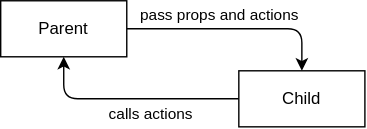
This is docs/figures/example-15-1-props-actions.drawio.svg from GuilleX7/app-federation, a draw.io export, as it was before one commit. Source tidied: cells renumbered, new cells last; positions are measured from the earlier drawing's top-left corner, leaving out a move shared by most shapes. Its diagram source:
```xml
<mxGraphModel>
  <root>
    <mxCell id="0" />
    <mxCell id="1" parent="0" />
    <mxCell id="2" style="edgeStyle=orthogonalEdgeStyle;html=1;exitX=1;exitY=0.5;exitDx=0;exitDy=0;entryX=0.5;entryY=0;entryDx=0;entryDy=0;" parent="1" edge="1" source="4" target="7">
      <mxGeometry relative="1" as="geometry" />
    </mxCell>
    <mxCell id="3" value="pass props and actions" style="edgeLabel;html=1;align=center;verticalAlign=middle;" parent="2" vertex="1">
      <mxGeometry x="-0.2" y="2" relative="1" as="geometry">
        <mxPoint x="3" y="-9" as="offset" />
      </mxGeometry>
    </mxCell>
    <mxCell id="4" value="Parent" style="rounded=0;whiteSpace=wrap;html=1;" parent="1" vertex="1">
      <mxGeometry width="90" height="40" as="geometry" />
    </mxCell>
    <mxCell id="5" style="edgeStyle=orthogonalEdgeStyle;html=1;exitX=0;exitY=0.5;exitDx=0;exitDy=0;entryX=0.5;entryY=1;entryDx=0;entryDy=0;" parent="1" edge="1" source="7" target="4">
      <mxGeometry relative="1" as="geometry" />
    </mxCell>
    <mxCell id="6" value="calls actions" style="edgeLabel;html=1;align=center;verticalAlign=middle;" parent="5" vertex="1">
      <mxGeometry x="-0.17" y="-2" relative="1" as="geometry">
        <mxPoint y="12" as="offset" />
      </mxGeometry>
    </mxCell>
    <mxCell id="7" value="Child" style="rounded=0;whiteSpace=wrap;html=1;" parent="1" vertex="1">
      <mxGeometry x="170" y="50" width="90" height="40" as="geometry" />
    </mxCell>
  </root>
</mxGraphModel>
```
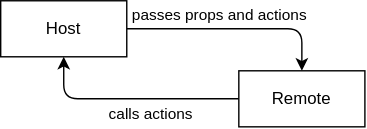
The same file after the commit.

Change to the diagram source:
```diff
@@ -5,12 +5,12 @@
     <mxCell id="2" style="edgeStyle=orthogonalEdgeStyle;html=1;exitX=1;exitY=0.5;exitDx=0;exitDy=0;entryX=0.5;entryY=0;entryDx=0;entryDy=0;" parent="1" edge="1" source="4" target="7">
       <mxGeometry relative="1" as="geometry" />
     </mxCell>
-    <mxCell id="3" value="pass props and actions" style="edgeLabel;html=1;align=center;verticalAlign=middle;" parent="2" vertex="1">
+    <mxCell id="3" value="passes props and actions" style="edgeLabel;html=1;align=center;verticalAlign=middle;" parent="2" vertex="1">
       <mxGeometry x="-0.2" y="2" relative="1" as="geometry">
         <mxPoint x="3" y="-9" as="offset" />
       </mxGeometry>
     </mxCell>
-    <mxCell id="4" value="Parent" style="rounded=0;whiteSpace=wrap;html=1;" parent="1" vertex="1">
+    <mxCell id="4" value="Host" style="rounded=0;whiteSpace=wrap;html=1;" parent="1" vertex="1">
       <mxGeometry width="90" height="40" as="geometry" />
     </mxCell>
     <mxCell id="5" style="edgeStyle=orthogonalEdgeStyle;html=1;exitX=0;exitY=0.5;exitDx=0;exitDy=0;entryX=0.5;entryY=1;entryDx=0;entryDy=0;" parent="1" edge="1" source="7" target="4">
@@ -21,7 +21,7 @@
         <mxPoint y="12" as="offset" />
       </mxGeometry>
     </mxCell>
-    <mxCell id="7" value="Child" style="rounded=0;whiteSpace=wrap;html=1;" parent="1" vertex="1">
+    <mxCell id="7" value="Remote" style="rounded=0;whiteSpace=wrap;html=1;" parent="1" vertex="1">
       <mxGeometry x="170" y="50" width="90" height="40" as="geometry" />
     </mxCell>
   </root>
```
